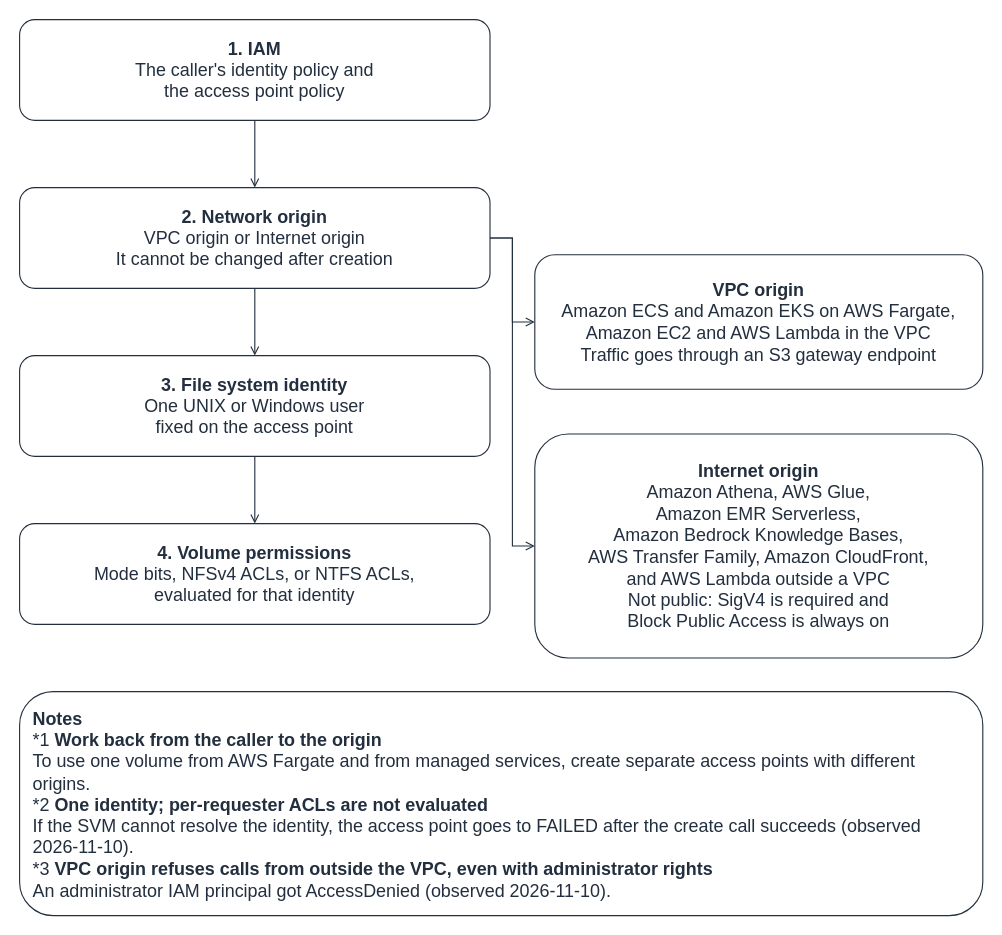
Earlier version of the draw.io diagram docs/_assets/diagrams/s3ap-request-path-en.drawio (Yoshiki0705/FSx-for-ONTAP-Container-Datastore-Patterns). Source tidied: cells renumbered, new cells numbered last; positions are measured from the earlier drawing's top-left corner, leaving out a move shared by most shapes. Both pictures are drawn from the tidied source at 112%, with x=0, y=0 at pixel (19, 19).
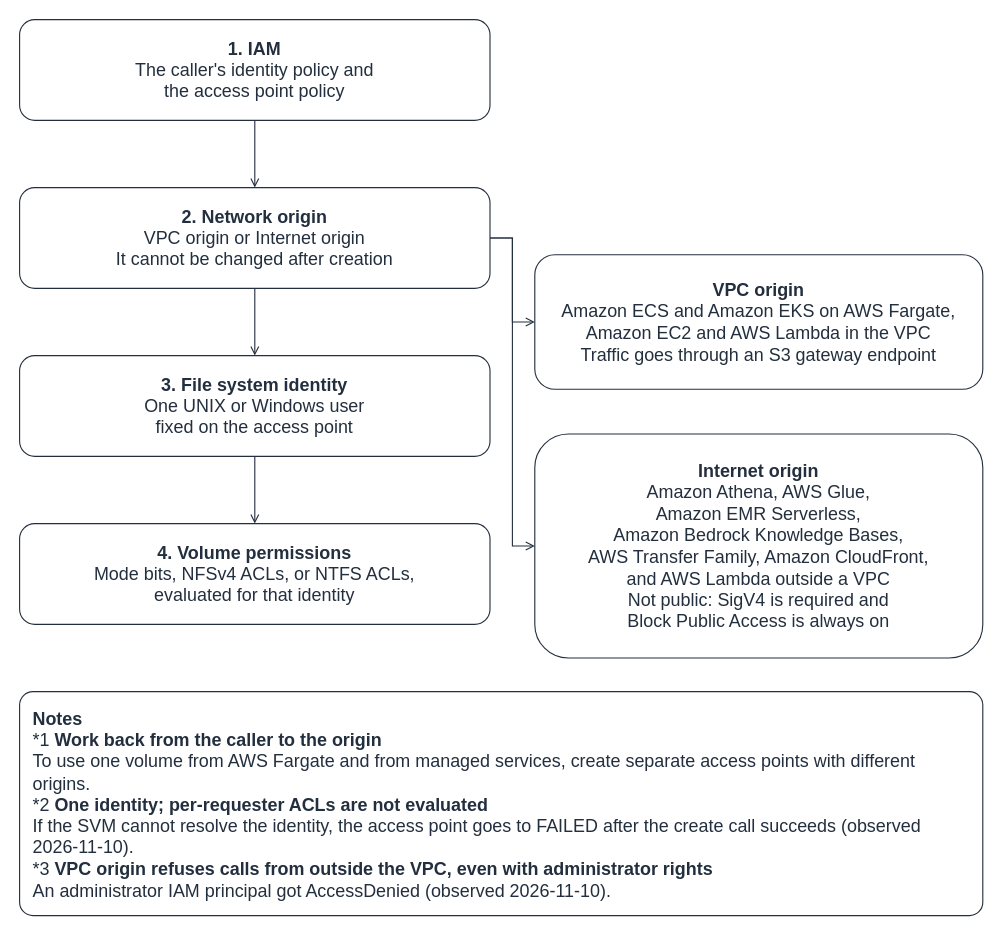
The same page after the edit.

Diff of the diagram source:
```diff
@@
 <mxGraphModel background="#FFFFFF">
   <root>
     <mxCell id="0" />
     <mxCell id="1" parent="0" />
     <mxCell id="2" style="edgeStyle=orthogonalEdgeStyle;rounded=0;html=1;endArrow=open;endFill=0;strokeColor=#232F3E;strokeWidth=1;fontSize=16;fontColor=#232F3E;labelBackgroundColor=#FFFFFF;exitX=0.5;exitY=1.0;exitDx=0;exitDy=0;entryX=0.5;entryY=0.0;entryDx=0;entryDy=0;" parent="1" edge="1" source="7" target="8">
       <mxGeometry relative="1" as="geometry" />
     </mxCell>
     <mxCell id="3" style="edgeStyle=orthogonalEdgeStyle;rounded=0;html=1;endArrow=open;endFill=0;strokeColor=#232F3E;strokeWidth=1;fontSize=16;fontColor=#232F3E;labelBackgroundColor=#FFFFFF;exitX=0.5;exitY=1.0;exitDx=0;exitDy=0;entryX=0.5;entryY=0.0;entryDx=0;entryDy=0;" parent="1" edge="1" source="8" target="9">
       <mxGeometry relative="1" as="geometry" />
     </mxCell>
     <mxCell id="4" style="edgeStyle=orthogonalEdgeStyle;rounded=0;html=1;endArrow=open;endFill=0;strokeColor=#232F3E;strokeWidth=1;fontSize=16;fontColor=#232F3E;labelBackgroundColor=#FFFFFF;exitX=0.5;exitY=1.0;exitDx=0;exitDy=0;entryX=0.5;entryY=0.0;entryDx=0;entryDy=0;" parent="1" edge="1" source="9" target="10">
       <mxGeometry relative="1" as="geometry" />
     </mxCell>
     <mxCell id="5" style="edgeStyle=orthogonalEdgeStyle;rounded=0;html=1;endArrow=open;endFill=0;strokeColor=#232F3E;strokeWidth=1;fontSize=16;fontColor=#232F3E;labelBackgroundColor=#FFFFFF;exitX=1.0;exitY=0.5;exitDx=0;exitDy=0;entryX=0.0;entryY=0.5;entryDx=0;entryDy=0;" parent="1" edge="1" source="8" target="11">
       <mxGeometry relative="1" as="geometry" />
     </mxCell>
     <mxCell id="6" style="edgeStyle=orthogonalEdgeStyle;rounded=0;html=1;endArrow=open;endFill=0;strokeColor=#232F3E;strokeWidth=1;fontSize=16;fontColor=#232F3E;labelBackgroundColor=#FFFFFF;exitX=1.0;exitY=0.5;exitDx=0;exitDy=0;entryX=0.0;entryY=0.5;entryDx=0;entryDy=0;" parent="1" edge="1" source="8" target="12">
       <mxGeometry relative="1" as="geometry" />
     </mxCell>
     <mxCell id="7" value="&lt;b&gt;1. IAM&lt;/b&gt;&lt;br&gt;The caller's identity policy and&lt;br&gt;the access point policy" style="rounded=1;whiteSpace=wrap;html=1;strokeColor=#232F3E;fillColor=none;fontColor=#232F3E;fontSize=16;verticalAlign=middle;align=center;" parent="1" vertex="1">
       <mxGeometry width="420" height="90" as="geometry" />
     </mxCell>
     <mxCell id="8" value="&lt;b&gt;2. Network origin&lt;/b&gt;&lt;br&gt;VPC origin or Internet origin&lt;br&gt;It cannot be changed after creation" style="rounded=1;whiteSpace=wrap;html=1;strokeColor=#232F3E;fillColor=none;fontColor=#232F3E;fontSize=16;verticalAlign=middle;align=center;" parent="1" vertex="1">
       <mxGeometry y="150" width="420" height="90" as="geometry" />
     </mxCell>
     <mxCell id="9" value="&lt;b&gt;3. File system identity&lt;/b&gt;&lt;br&gt;One UNIX or Windows user&lt;br&gt;fixed on the access point" style="rounded=1;whiteSpace=wrap;html=1;strokeColor=#232F3E;fillColor=none;fontColor=#232F3E;fontSize=16;verticalAlign=middle;align=center;" parent="1" vertex="1">
       <mxGeometry y="300" width="420" height="90" as="geometry" />
     </mxCell>
     <mxCell id="10" value="&lt;b&gt;4. Volume permissions&lt;/b&gt;&lt;br&gt;Mode bits, NFSv4 ACLs, or NTFS ACLs,&lt;br&gt;evaluated for that identity" style="rounded=1;whiteSpace=wrap;html=1;strokeColor=#232F3E;fillColor=none;fontColor=#232F3E;fontSize=16;verticalAlign=middle;align=center;" parent="1" vertex="1">
       <mxGeometry y="450" width="420" height="90" as="geometry" />
     </mxCell>
     <mxCell id="11" value="&lt;b&gt;VPC origin&lt;/b&gt;&lt;br&gt;Amazon ECS and Amazon EKS on AWS Fargate,&lt;br&gt;Amazon EC2 and AWS Lambda in the VPC&lt;br&gt;Traffic goes through an S3 gateway endpoint" style="rounded=1;whiteSpace=wrap;html=1;strokeColor=#232F3E;fillColor=none;fontColor=#232F3E;fontSize=16;verticalAlign=middle;align=center;" parent="1" vertex="1">
       <mxGeometry x="460" y="210" width="400" height="120" as="geometry" />
     </mxCell>
     <mxCell id="12" value="&lt;b&gt;Internet origin&lt;/b&gt;&lt;br&gt;Amazon Athena, AWS Glue,&lt;br&gt;Amazon EMR Serverless,&lt;br&gt;Amazon Bedrock Knowledge Bases,&lt;br&gt;AWS Transfer Family, Amazon CloudFront,&lt;br&gt;and AWS Lambda outside a VPC&lt;br&gt;Not public: SigV4 is required and&lt;br&gt;Block Public Access is always on" style="rounded=1;whiteSpace=wrap;html=1;strokeColor=#232F3E;fillColor=none;fontColor=#232F3E;fontSize=16;verticalAlign=middle;align=center;" parent="1" vertex="1">
       <mxGeometry x="460" y="370" width="400" height="200" as="geometry" />
     </mxCell>
-    <mxCell id="13" value="&lt;b&gt;Notes&lt;/b&gt;&lt;br&gt;*1 &lt;b&gt;Work back from the caller to the origin&lt;/b&gt;&lt;br&gt;To use one volume from AWS Fargate and from managed services, create separate access points with different origins.&lt;br&gt;*2 &lt;b&gt;One identity; per-requester ACLs are not evaluated&lt;/b&gt;&lt;br&gt;If the SVM cannot resolve the identity, the access point goes to FAILED after the create call succeeds (observed 2026-11-10).&lt;br&gt;*3 &lt;b&gt;VPC origin refuses calls from outside the VPC, even with administrator rights&lt;/b&gt;&lt;br&gt;An administrator IAM principal got AccessDenied (observed 2026-11-10)." style="rounded=1;whiteSpace=wrap;html=1;strokeColor=#232F3E;fillColor=none;fontColor=#232F3E;fontSize=16;verticalAlign=top;align=left;spacingLeft=10;spacingRight=10;spacingTop=8;" parent="1" vertex="1">
+    <mxCell id="13" value="&lt;b&gt;Notes&lt;/b&gt;&lt;br&gt;*1 &lt;b&gt;Work back from the caller to the origin&lt;/b&gt;&lt;br&gt;To use one volume from AWS Fargate and from managed services, create separate access points with different origins.&lt;br&gt;*2 &lt;b&gt;One identity; per-requester ACLs are not evaluated&lt;/b&gt;&lt;br&gt;If the SVM cannot resolve the identity, the access point goes to FAILED after the create call succeeds (observed 2026-11-10).&lt;br&gt;*3 &lt;b&gt;VPC origin refuses calls from outside the VPC, even with administrator rights&lt;/b&gt;&lt;br&gt;An administrator IAM principal got AccessDenied (observed 2026-11-10)." style="rounded=1;absoluteArcSize=1;arcSize=24;whiteSpace=wrap;html=1;strokeColor=#232F3E;fillColor=none;fontColor=#232F3E;fontSize=16;verticalAlign=top;align=left;spacingLeft=10;spacingRight=10;spacingTop=8;" parent="1" vertex="1">
       <mxGeometry y="600" width="860" height="200" as="geometry" />
     </mxCell>
   </root>
 </mxGraphModel>
```
